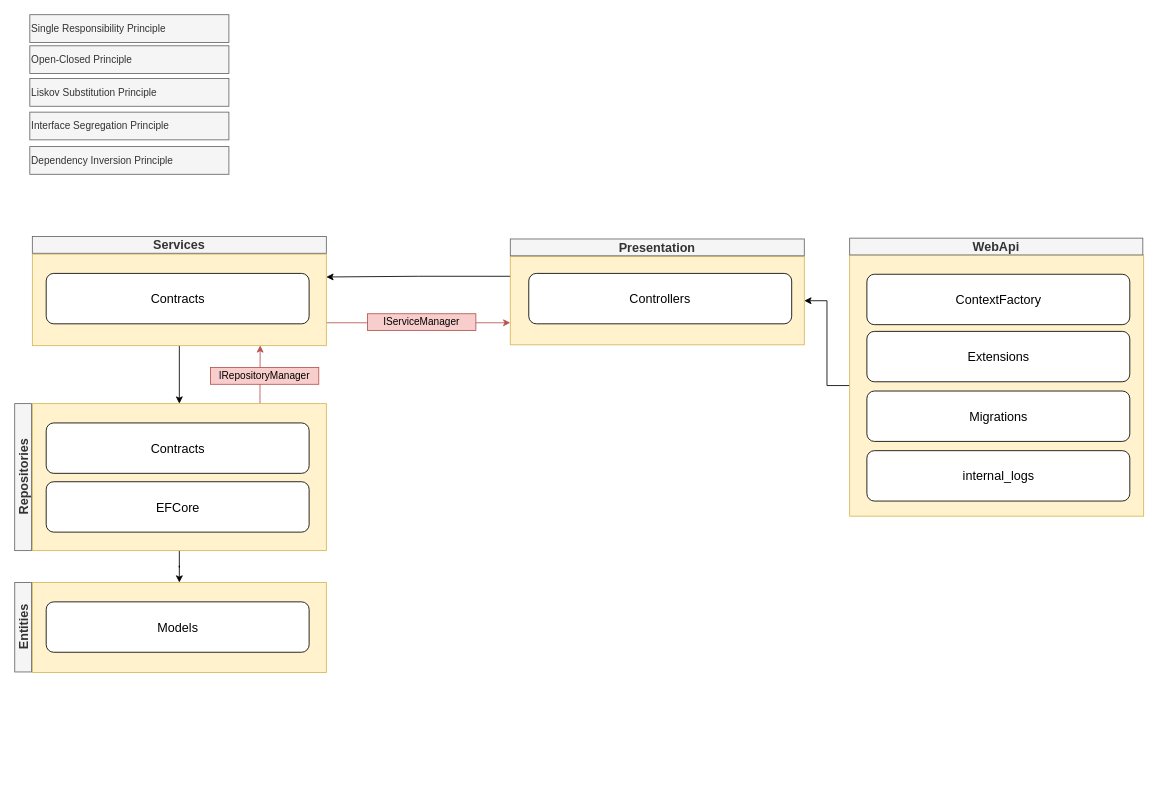
Before: drawing.drawio in TopGuru777/BTK-Akademi-ASPNET-Core-Web-Api, a draw.io diagram. Source tidied: cells renumbered, new cells numbered last; positions are measured from the earlier drawing's top-left corner, leaving out a move shared by most shapes. Both pictures are drawn from the tidied source at 84%, with x=0, y=0 at pixel (-51, 14).
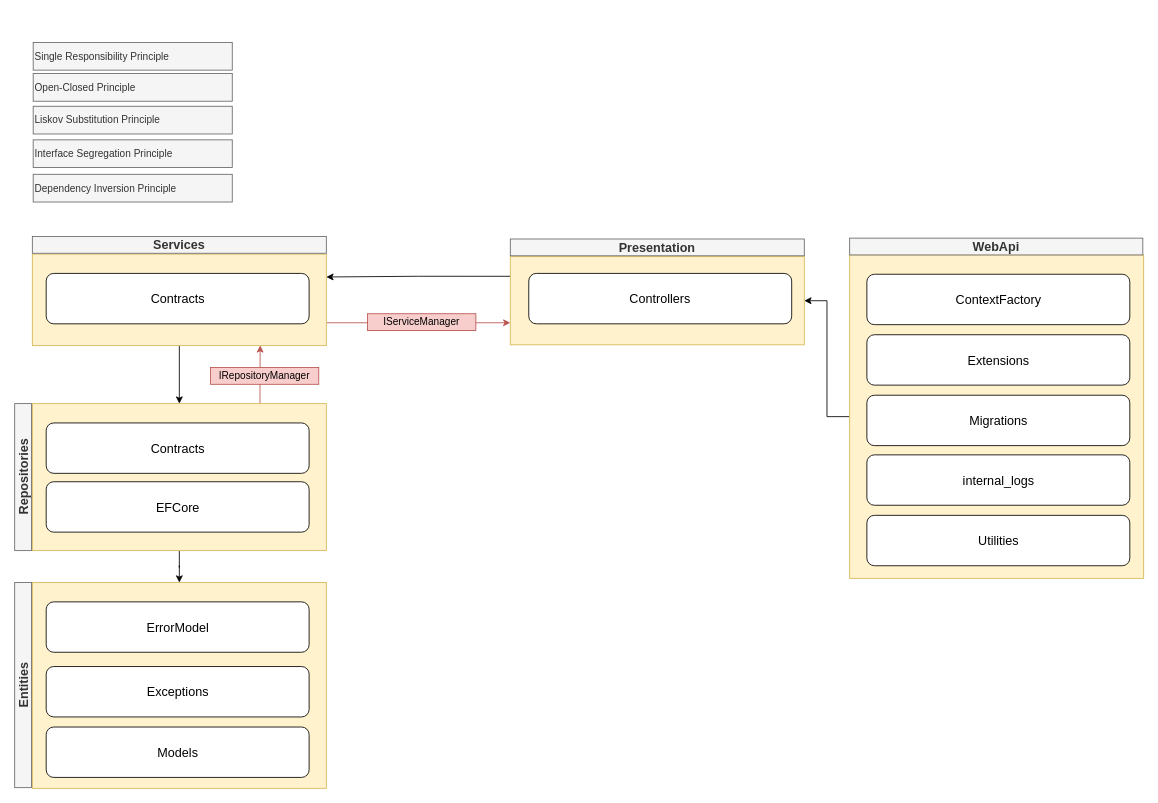
Above is the later version.

Change to the diagram source:
```diff
@@
     <mxCell id="3" style="rounded=1;whiteSpace=wrap;html=1;fillColor=#fff2cc;strokeColor=#d6b656;arcSize=0;" parent="1" vertex="1">
-      <mxGeometry x="1072" y="286" width="350" height="311" as="geometry" />
+      <mxGeometry x="1072" y="286" width="350" height="385" as="geometry" />
     </mxCell>
     <mxCell id="4" value="Migrations" style="rounded=1;whiteSpace=wrap;html=1;fontSize=15;" parent="1" vertex="1">
-      <mxGeometry x="1092.5" y="448" width="313" height="60" as="geometry" />
+      <mxGeometry x="1092.5" y="453" width="313" height="60" as="geometry" />
     </mxCell>
     <mxCell id="5" style="rounded=1;whiteSpace=wrap;html=1;fillColor=#fff2cc;strokeColor=#d6b656;arcSize=0;" parent="1" vertex="1">
-      <mxGeometry x="99" y="676" width="350" height="107" as="geometry" />
+      <mxGeometry x="99" y="676" width="350" height="245" as="geometry" />
     </mxCell>
-    <mxCell id="6" value="Models" style="rounded=1;whiteSpace=wrap;html=1;fontSize=15;" parent="1" vertex="1">
+    <mxCell id="6" value="ErrorModel" style="rounded=1;whiteSpace=wrap;html=1;fontSize=15;" parent="1" vertex="1">
       <mxGeometry x="115.5" y="699" width="313" height="60" as="geometry" />
     </mxCell>
@@
     <mxCell id="23" value="Extensions" style="rounded=1;whiteSpace=wrap;html=1;fontSize=15;" parent="1" vertex="1">
-      <mxGeometry x="1092.5" y="377" width="313" height="60" as="geometry" />
+      <mxGeometry x="1092.5" y="381" width="313" height="60" as="geometry" />
     </mxCell>
@@
     <mxCell id="27" value="Entities" style="text;html=1;strokeColor=#666666;fillColor=#f5f5f5;align=center;verticalAlign=middle;whiteSpace=wrap;rounded=0;fontSize=15;fontStyle=1;rotation=-90;fontColor=#333333;" parent="1" vertex="1">
-      <mxGeometry x="34.8" y="719.2" width="106.5" height="20" as="geometry" />
+      <mxGeometry x="-34.1" y="788.1" width="244.2" height="20" as="geometry" />
     </mxCell>
     <mxCell id="28" style="group;" parent="1" vertex="1">
-      <mxGeometry x="96" width="237" height="190" as="geometry" />
+      <mxGeometry x="100" y="33" width="237" height="190" as="geometry" />
     </mxCell>
@@
     <mxCell id="34" value="internal_logs" style="rounded=1;whiteSpace=wrap;html=1;fontSize=15;" parent="1" vertex="1">
-      <mxGeometry x="1092.5" y="519" width="313" height="60" as="geometry" />
+      <mxGeometry x="1092.5" y="524" width="313" height="60" as="geometry" />
     </mxCell>
+    <mxCell id="35" value="Exceptions" style="rounded=1;whiteSpace=wrap;html=1;fontSize=15;" parent="1" vertex="1">
+      <mxGeometry x="115.5" y="776" width="313" height="60" as="geometry" />
+    </mxCell>
+    <mxCell id="36" value="Models" style="rounded=1;whiteSpace=wrap;html=1;fontSize=15;" parent="1" vertex="1">
+      <mxGeometry x="115.5" y="848" width="313" height="60" as="geometry" />
+    </mxCell>
+    <mxCell id="37" value="Utilities" style="rounded=1;whiteSpace=wrap;html=1;fontSize=15;" parent="1" vertex="1">
+      <mxGeometry x="1092.5" y="596" width="313" height="60" as="geometry" />
+    </mxCell>
```
